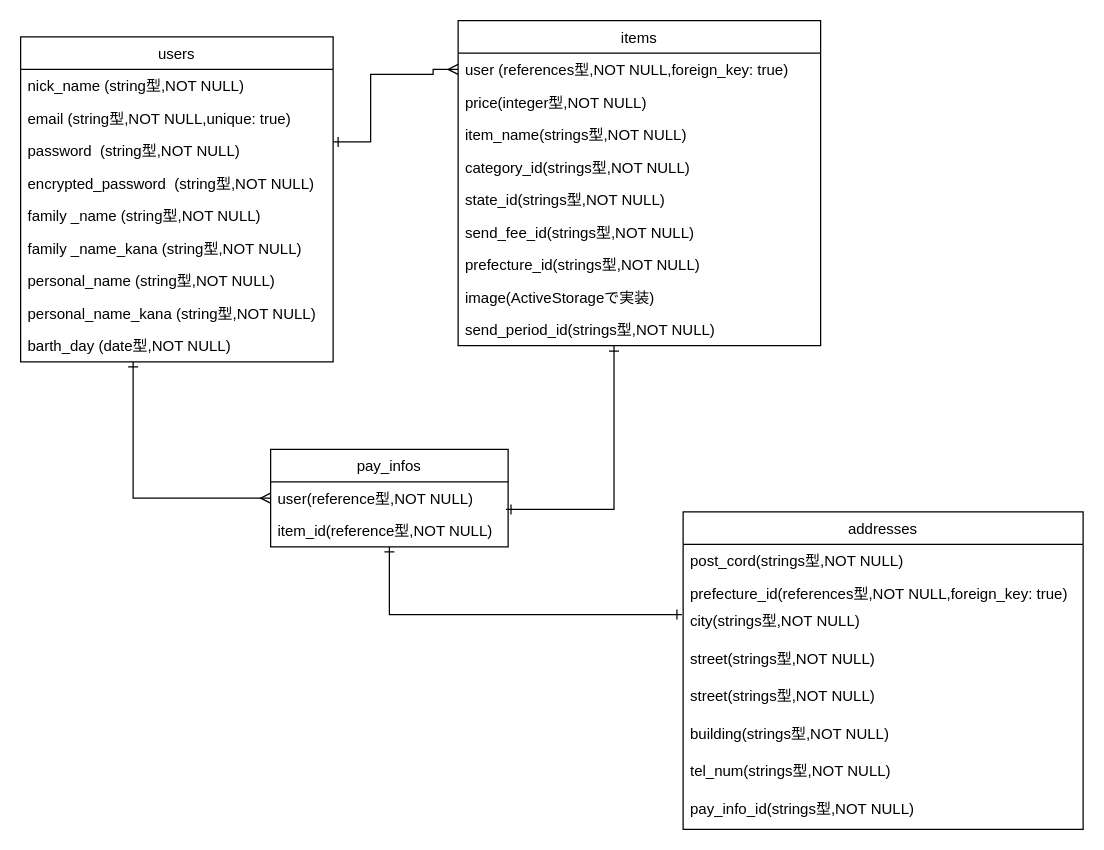
Before: furima.dio in shingoishimura/furima-33484, a draw.io diagram. Source tidied: cells renumbered, new cells numbered last; positions are measured from the earlier drawing's top-left corner, leaving out a move shared by most shapes. Both pictures are drawn from the tidied source at 125%, with x=0, y=0 at pixel (20, 20).
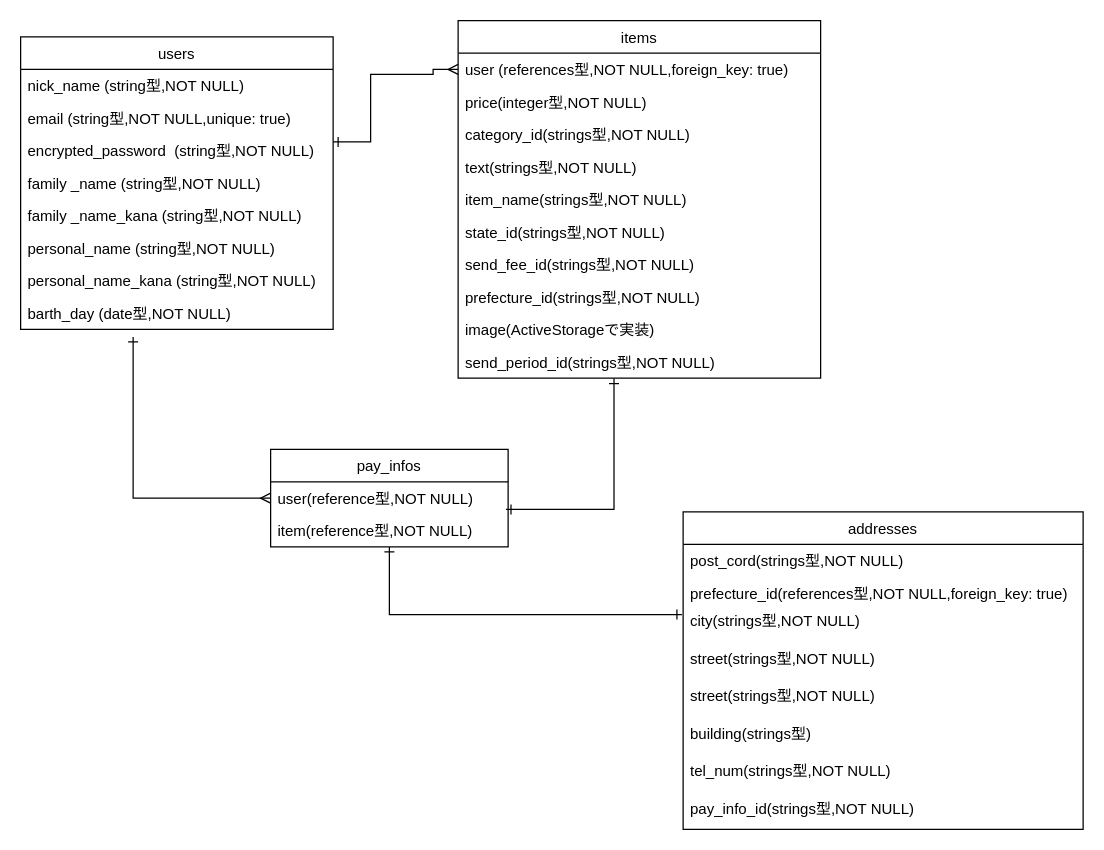
The same page after the edit.

Unchanged cells that the change refers to:
```xml
<mxCell id="22" value="pay_infos" style="swimlane;fontStyle=0;horizontal=1;startSize=26;fillColor=none;" parent="1" vertex="1">
  <mxGeometry x="200" y="343" width="190" height="78" as="geometry" />
</mxCell>
<mxCell id="23" value="user(reference型,NOT NULL)" style="text;strokeColor=none;fillColor=none;align=left;verticalAlign=top;spacingLeft=4;spacingRight=4;overflow=hidden;points=[[0,0.5],[1,0.5]];portConstraint=eastwest;" parent="22" vertex="1">
  <mxGeometry y="26" width="190" height="26" as="geometry" />
</mxCell>
<mxCell id="25" value="addresses" style="swimlane;fontStyle=0;horizontal=1;startSize=26;fillColor=none;" parent="1" vertex="1">
  <mxGeometry x="530" y="393" width="320" height="254" as="geometry" />
</mxCell>
```

What changed in the source:
```diff
@@
     <mxCell id="2" value="users" style="swimlane;fontStyle=0;horizontal=1;startSize=26;fillColor=none;" parent="1" vertex="1">
-      <mxGeometry y="13" width="250" height="260" as="geometry" />
+      <mxGeometry y="13" width="250" height="234" as="geometry" />
     </mxCell>
@@
-    <mxCell id="5" value="password  (string型,NOT NULL)" style="text;strokeColor=none;fillColor=none;align=left;verticalAlign=top;spacingLeft=4;spacingRight=4;overflow=hidden;" parent="2" vertex="1">
-      <mxGeometry y="78" width="250" height="26" as="geometry" />
-    </mxCell>
     <mxCell id="6" value="encrypted_password  (string型,NOT NULL)" style="text;strokeColor=none;fillColor=none;align=left;verticalAlign=top;spacingLeft=4;spacingRight=4;overflow=hidden;" parent="2" vertex="1">
-      <mxGeometry y="104" width="250" height="26" as="geometry" />
+      <mxGeometry y="78" width="250" height="26" as="geometry" />
     </mxCell>
     <mxCell id="7" value="family _name (string型,NOT NULL)" style="text;strokeColor=none;fillColor=none;align=left;verticalAlign=top;spacingLeft=4;spacingRight=4;overflow=hidden;" parent="2" vertex="1">
-      <mxGeometry y="130" width="250" height="26" as="geometry" />
+      <mxGeometry y="104" width="250" height="26" as="geometry" />
     </mxCell>
     <mxCell id="8" value="family _name_kana (string型,NOT NULL)" style="text;strokeColor=none;fillColor=none;align=left;verticalAlign=top;spacingLeft=4;spacingRight=4;overflow=hidden;" parent="2" vertex="1">
-      <mxGeometry y="156" width="250" height="26" as="geometry" />
+      <mxGeometry y="130" width="250" height="26" as="geometry" />
     </mxCell>
     <mxCell id="9" value="personal_name (string型,NOT NULL)" style="text;strokeColor=none;fillColor=none;align=left;verticalAlign=top;spacingLeft=4;spacingRight=4;overflow=hidden;" parent="2" vertex="1">
-      <mxGeometry y="182" width="250" height="26" as="geometry" />
+      <mxGeometry y="156" width="250" height="26" as="geometry" />
     </mxCell>
     <mxCell id="10" value="personal_name_kana (string型,NOT NULL)" style="text;strokeColor=none;fillColor=none;align=left;verticalAlign=top;spacingLeft=4;spacingRight=4;overflow=hidden;" parent="2" vertex="1">
-      <mxGeometry y="208" width="250" height="26" as="geometry" />
+      <mxGeometry y="182" width="250" height="26" as="geometry" />
     </mxCell>
     <mxCell id="11" value="barth_day (date型,NOT NULL)" style="text;strokeColor=none;fillColor=none;align=left;verticalAlign=top;spacingLeft=4;spacingRight=4;overflow=hidden;" parent="2" vertex="1">
-      <mxGeometry y="234" width="250" height="26" as="geometry" />
+      <mxGeometry y="208" width="250" height="26" as="geometry" />
     </mxCell>
     <mxCell id="12" value="items" style="swimlane;fontStyle=0;horizontal=1;startSize=26;fillColor=none;" parent="1" vertex="1">
-      <mxGeometry x="350" width="290" height="260" as="geometry" />
+      <mxGeometry x="350" width="290" height="286" as="geometry" />
     </mxCell>
@@
+    <mxCell id="38" value="category_id(strings型,NOT NULL)" style="text;strokeColor=none;fillColor=none;align=left;verticalAlign=top;spacingLeft=4;spacingRight=4;overflow=hidden;" parent="12" vertex="1">
+      <mxGeometry y="78" width="290" height="26" as="geometry" />
+    </mxCell>
+    <mxCell id="16" value="text(strings型,NOT NULL)" style="text;strokeColor=none;fillColor=none;align=left;verticalAlign=top;spacingLeft=4;spacingRight=4;overflow=hidden;" parent="12" vertex="1">
+      <mxGeometry y="104" width="290" height="26" as="geometry" />
+    </mxCell>
     <mxCell id="15" value="item_name(strings型,NOT NULL)" style="text;strokeColor=none;fillColor=none;align=left;verticalAlign=top;spacingLeft=4;spacingRight=4;overflow=hidden;" parent="12" vertex="1">
-      <mxGeometry y="78" width="290" height="26" as="geometry" />
+      <mxGeometry y="130" width="290" height="26" as="geometry" />
     </mxCell>
-    <mxCell id="16" value="category_id(strings型,NOT NULL)" style="text;strokeColor=none;fillColor=none;align=left;verticalAlign=top;spacingLeft=4;spacingRight=4;overflow=hidden;" parent="12" vertex="1">
-      <mxGeometry y="104" width="290" height="26" as="geometry" />
-    </mxCell>
     <mxCell id="17" value="state_id(strings型,NOT NULL)" style="text;strokeColor=none;fillColor=none;align=left;verticalAlign=top;spacingLeft=4;spacingRight=4;overflow=hidden;" parent="12" vertex="1">
-      <mxGeometry y="130" width="290" height="26" as="geometry" />
+      <mxGeometry y="156" width="290" height="26" as="geometry" />
     </mxCell>
     <mxCell id="18" value="send_fee_id(strings型,NOT NULL)" style="text;strokeColor=none;fillColor=none;align=left;verticalAlign=top;spacingLeft=4;spacingRight=4;overflow=hidden;" parent="12" vertex="1">
-      <mxGeometry y="156" width="290" height="26" as="geometry" />
+      <mxGeometry y="182" width="290" height="26" as="geometry" />
     </mxCell>
     <mxCell id="19" value="prefecture_id(strings型,NOT NULL)" style="text;strokeColor=none;fillColor=none;align=left;verticalAlign=top;spacingLeft=4;spacingRight=4;overflow=hidden;" parent="12" vertex="1">
-      <mxGeometry y="182" width="290" height="26" as="geometry" />
+      <mxGeometry y="208" width="290" height="26" as="geometry" />
     </mxCell>
     <mxCell id="20" value="image(ActiveStorageで実装)" style="text;strokeColor=none;fillColor=none;align=left;verticalAlign=top;spacingLeft=4;spacingRight=4;overflow=hidden;" parent="12" vertex="1">
-      <mxGeometry y="208" width="290" height="26" as="geometry" />
+      <mxGeometry y="234" width="290" height="26" as="geometry" />
     </mxCell>
     <mxCell id="21" value="send_period_id(strings型,NOT NULL)" style="text;strokeColor=none;fillColor=none;align=left;verticalAlign=top;spacingLeft=4;spacingRight=4;overflow=hidden;points=[[0,0.5],[1,0.5]];portConstraint=eastwest;" parent="12" vertex="1">
-      <mxGeometry y="234" width="290" height="26" as="geometry" />
+      <mxGeometry y="260" width="290" height="26" as="geometry" />
     </mxCell>
@@
-    <mxCell id="24" value="item_id(reference型,NOT NULL)" style="text;strokeColor=none;fillColor=none;align=left;verticalAlign=top;spacingLeft=4;spacingRight=4;overflow=hidden;points=[[0,0.5],[1,0.5]];portConstraint=eastwest;" parent="22" vertex="1">
+    <mxCell id="24" value="item(reference型,NOT NULL)" style="text;strokeColor=none;fillColor=none;align=left;verticalAlign=top;spacingLeft=4;spacingRight=4;overflow=hidden;points=[[0,0.5],[1,0.5]];portConstraint=eastwest;" parent="22" vertex="1">
       <mxGeometry y="52" width="190" height="26" as="geometry" />
     </mxCell>
@@
-    <mxCell id="31" value="building(strings型,NOT NULL)" style="text;strokeColor=none;fillColor=none;align=left;verticalAlign=top;spacingLeft=4;spacingRight=4;overflow=hidden;" parent="25" vertex="1">
+    <mxCell id="31" value="building(strings型)" style="text;strokeColor=none;fillColor=none;align=left;verticalAlign=top;spacingLeft=4;spacingRight=4;overflow=hidden;" parent="25" vertex="1">
       <mxGeometry y="164" width="320" height="30" as="geometry" />
     </mxCell>
@@
     <mxCell id="37" style="edgeStyle=orthogonalEdgeStyle;rounded=0;jettySize=auto;html=1;startArrow=ERone;startFill=0;endArrow=ERmany;endFill=0;entryX=0;entryY=0.5;entryDx=0;entryDy=0;" parent="1" edge="1" target="23">
       <mxGeometry relative="1" as="geometry">
-        <mxPoint x="90" y="273" as="sourcePoint" />
+        <mxPoint x="90" y="253" as="sourcePoint" />
         <Array as="points">
           <mxPoint x="90" y="382" />
         </Array>
       </mxGeometry>
     </mxCell>
```
